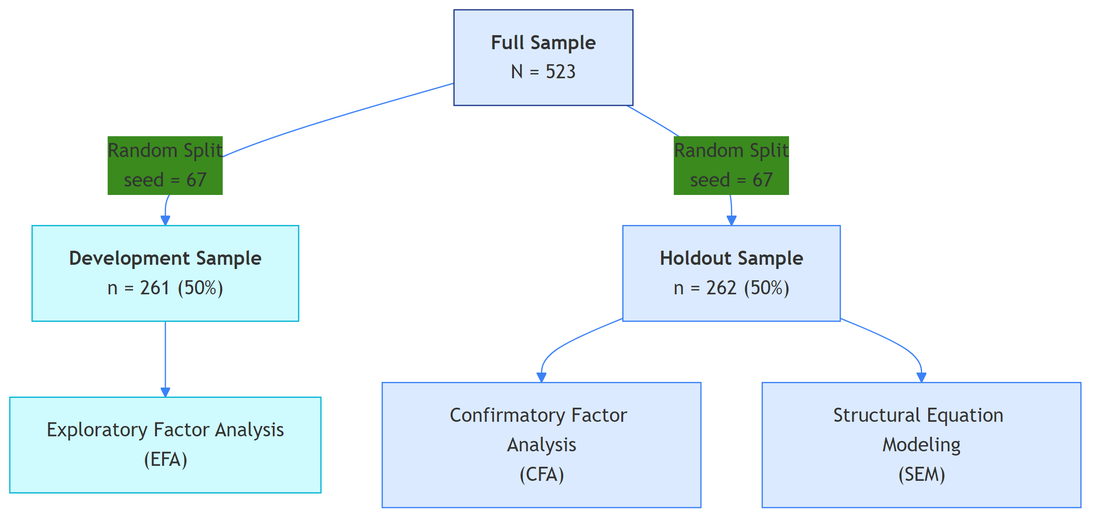
fabioc-aloha/AIRS_Data_Analysis keeps this Mermaid diagram as thesis-v2/output/mermaid/03_methodology_diagram_1.png. Above is the earlier version. Its source is kept beside it as thesis-v2/output/mermaid/03_methodology_diagram_1.mmd.
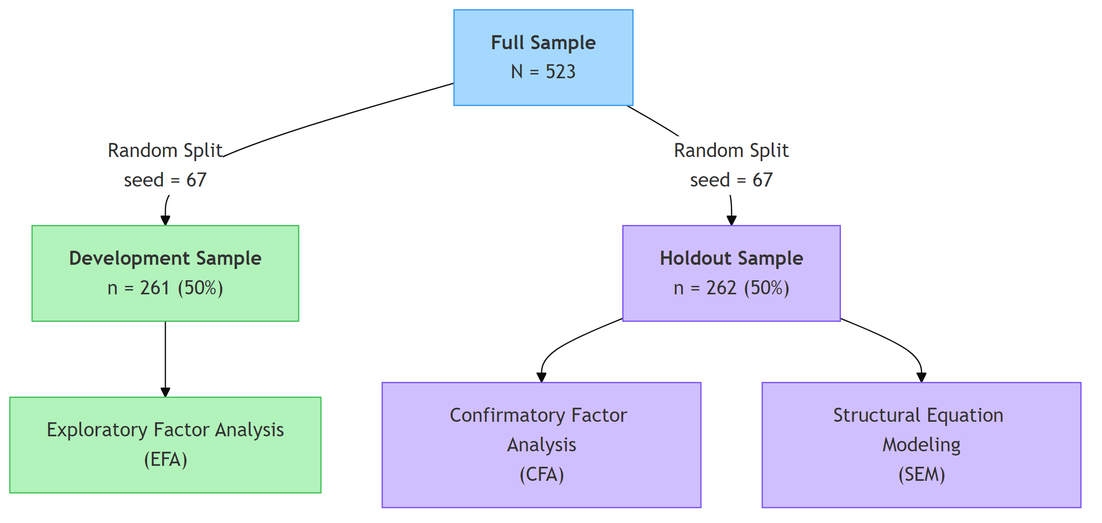
The same diagram one commit later.

Diff of the diagram source:
```diff
@@ -1,4 +1,4 @@
-%%{init: {'theme': 'base', 'themeVariables': {'primaryColor': '#1e3a8a', 'lineColor': '#3b82f6'}}}%%
+%%{init: {'theme': 'base', 'themeVariables': {'edgeLabelBackground': '#ffffff'}}}%%
 flowchart TD
     A["<b>Full Sample</b><br/>N = 523"] -->|Random Split<br/>seed = 67| B["<b>Development Sample</b><br/>n = 261 (50%)"]
     A -->|Random Split<br/>seed = 67| C["<b>Holdout Sample</b><br/>n = 262 (50%)"]
@@ -6,9 +6,9 @@
     C --> E["Confirmatory Factor Analysis<br/>(CFA)"]
     C --> F["Structural Equation Modeling<br/>(SEM)"]
 
-    style A fill:#dbeafe,stroke:#1e3a8a
-    style B fill:#cffafe,stroke:#06b6d4
-    style C fill:#dbeafe,stroke:#3b82f6
-    style D fill:#cffafe,stroke:#06b6d4
-    style E fill:#dbeafe,stroke:#3b82f6
-    style F fill:#dbeafe,stroke:#3b82f6
+    style A fill:#a5d8ff,stroke:#339af0
+    style B fill:#b2f2bb,stroke:#40c057
+    style C fill:#d0bfff,stroke:#7950f2
+    style D fill:#b2f2bb,stroke:#40c057
+    style E fill:#d0bfff,stroke:#7950f2
+    style F fill:#d0bfff,stroke:#7950f2
```
